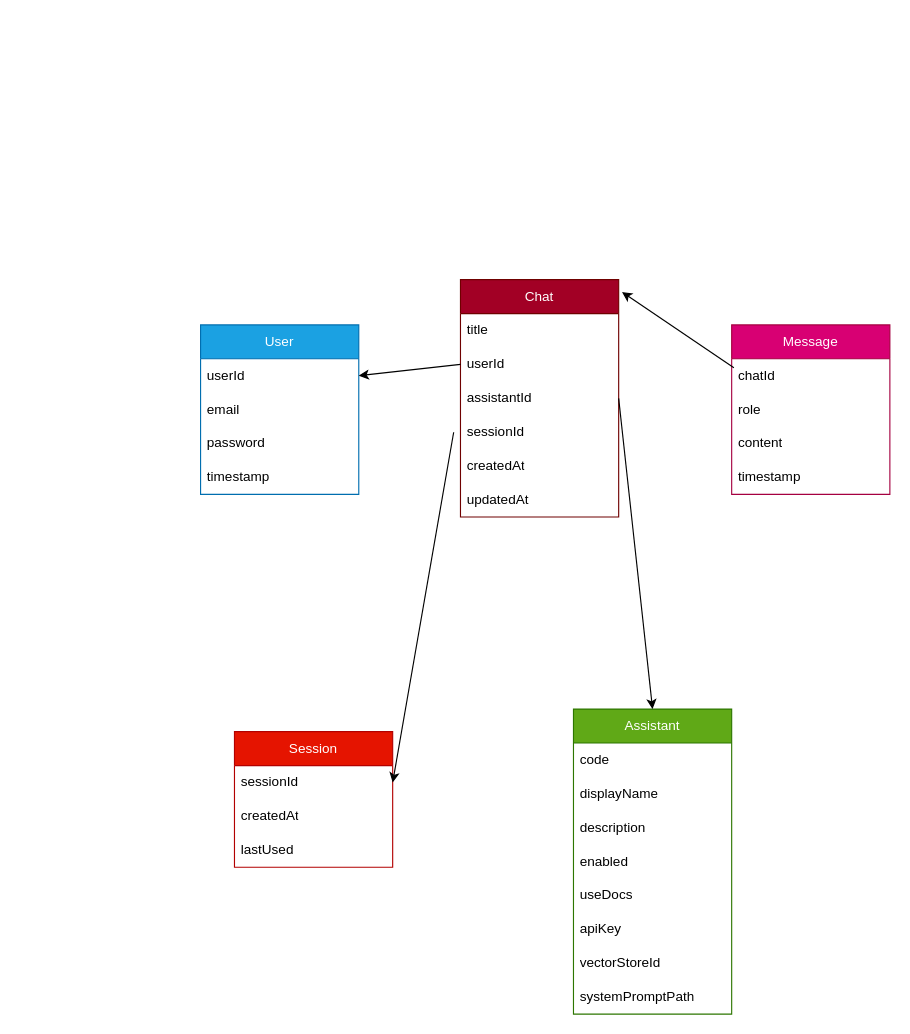
Before: IS-GPT Schema.drawio in stevenyeo99/ULINK-IS-GPT, a draw.io diagram. Source tidied: cells renumbered, new cells numbered last; positions are measured from the earlier drawing's top-left corner, leaving out a move shared by most shapes. Both pictures are drawn from the tidied source at 113%, with x=0, y=0 at pixel (200, 279).
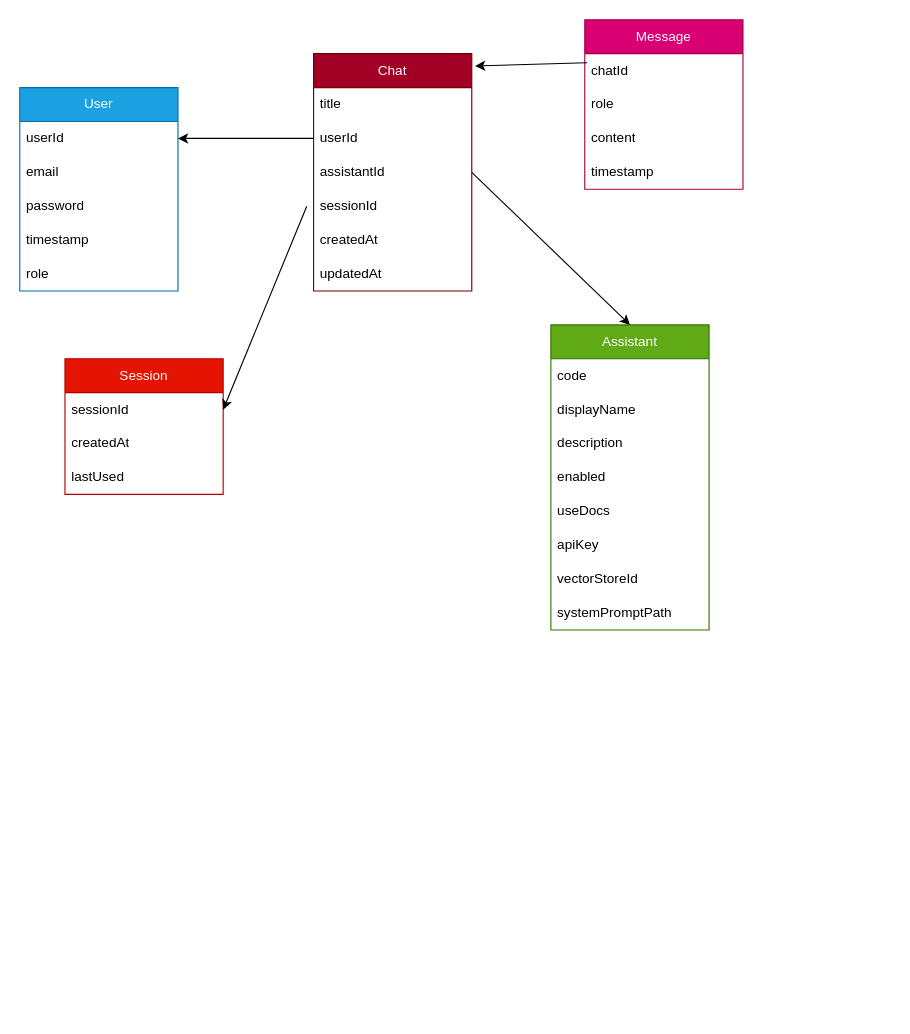
The same page after the edit.

Commit message (it also covers changes not shown here):
Latest Schema System.

Diff of the diagram source:
```diff
@@
     <mxCell id="2" value="Assistant" style="swimlane;fontStyle=0;horizontal=1;startSize=30;whiteSpace=wrap;html=1;fillColor=#60a917;fontColor=#ffffff;strokeColor=#2D7600;" parent="1" vertex="1">
-      <mxGeometry x="330" y="380" width="140" height="270" as="geometry" />
+      <mxGeometry x="310" y="40" width="140" height="270" as="geometry" />
     </mxCell>
@@
     <mxCell id="11" value="User" style="swimlane;fontStyle=0;horizontal=1;startSize=30;whiteSpace=wrap;html=1;fillColor=#1ba1e2;fontColor=#ffffff;strokeColor=#006EAF;" parent="1" vertex="1">
-      <mxGeometry y="40" width="140" height="150" as="geometry" />
+      <mxGeometry x="-160" y="-170" width="140" height="180" as="geometry" />
     </mxCell>
@@
+    <mxCell id="36" value="role" style="text;strokeColor=none;fillColor=none;align=left;verticalAlign=middle;spacingLeft=4;spacingRight=4;overflow=hidden;whiteSpace=wrap;html=1;" parent="11" vertex="1">
+      <mxGeometry y="150" width="140" height="30" as="geometry" />
+    </mxCell>
     <mxCell id="16" value="Chat" style="swimlane;fontStyle=0;horizontal=1;startSize=30;whiteSpace=wrap;html=1;fillColor=#a20025;fontColor=#ffffff;strokeColor=#6F0000;" parent="1" vertex="1">
-      <mxGeometry x="230" width="140" height="210" as="geometry" />
+      <mxGeometry x="100" y="-200" width="140" height="210" as="geometry" />
     </mxCell>
@@
     <mxCell id="23" value="Message" style="swimlane;fontStyle=0;horizontal=1;startSize=30;whiteSpace=wrap;html=1;fillColor=#d80073;fontColor=#ffffff;strokeColor=#A50040;" parent="1" vertex="1">
-      <mxGeometry x="470" y="40" width="140" height="150" as="geometry" />
+      <mxGeometry x="340" y="-230" width="140" height="150" as="geometry" />
     </mxCell>
@@
     <mxCell id="31" value="Session" style="swimlane;fontStyle=0;horizontal=1;startSize=30;whiteSpace=wrap;html=1;fillColor=#e51400;fontColor=#ffffff;strokeColor=#B20000;" parent="1" vertex="1">
-      <mxGeometry x="30" y="400" width="140" height="120" as="geometry" />
+      <mxGeometry x="-120" y="70" width="140" height="120" as="geometry" />
     </mxCell>
```
